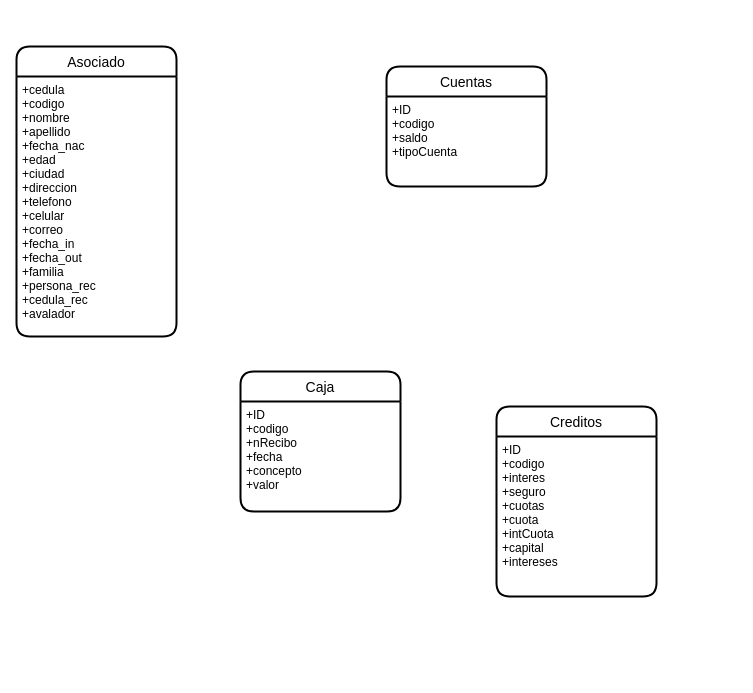
This is Untitled Diagram.drawio from alejos17/Fonfapres, a draw.io file, before an edit. Source tidied: cells renumbered, new cells numbered last; positions are measured from the earlier drawing's top-left corner, leaving out a move shared by most shapes. Both pictures are drawn from the tidied source at 100%, with x=0, y=0 at pixel (16, 46).
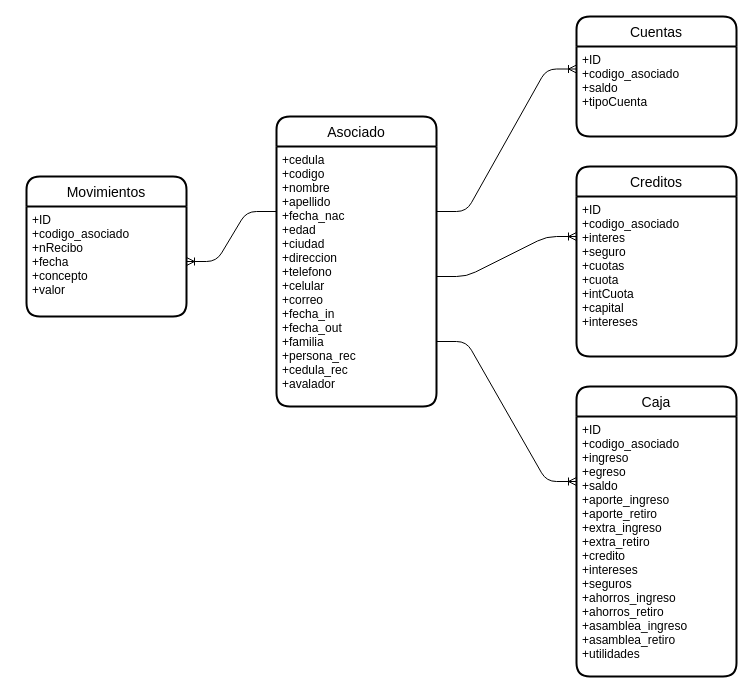
Above is the later version.

Diff of the diagram source:
```diff
@@
 <mxGraphModel>
   <root>
     <mxCell id="0" />
     <mxCell id="1" parent="0" />
     <mxCell id="2" value="Asociado" style="swimlane;horizontal=1;startSize=30;rounded=1;fontSize=14;fontStyle=0;strokeWidth=2;shadow=0;dashed=0;align=center;" parent="1" vertex="1">
-      <mxGeometry width="160" height="290" as="geometry" />
+      <mxGeometry x="260" y="70" width="160" height="290" as="geometry" />
     </mxCell>
     <mxCell id="3" value="+cedula&#10;+codigo&#10;+nombre&#10;+apellido&#10;+fecha_nac&#10;+edad&#10;+ciudad&#10;+direccion&#10;+telefono&#10;+celular&#10;+correo&#10;+fecha_in&#10;+fecha_out&#10;+familia&#10;+persona_rec&#10;+cedula_rec&#10;+avalador&#10;" style="align=left;strokeColor=none;fillColor=none;spacingLeft=4;fontSize=12;verticalAlign=top;" parent="2" vertex="1">
       <mxGeometry y="30" width="160" height="260" as="geometry" />
     </mxCell>
     <mxCell id="4" value="Cuentas" style="swimlane;horizontal=1;startSize=30;rounded=1;fontSize=14;fontStyle=0;strokeWidth=2;shadow=0;dashed=0;align=center;" parent="1" vertex="1">
-      <mxGeometry x="370" y="20" width="160" height="120" as="geometry" />
+      <mxGeometry x="560" y="-30" width="160" height="120" as="geometry" />
     </mxCell>
-    <mxCell id="5" value="+ID&#10;+codigo&#10;+saldo&#10;+tipoCuenta&#10;" style="align=left;strokeColor=none;fillColor=none;spacingLeft=4;fontSize=12;verticalAlign=top;" parent="4" vertex="1">
+    <mxCell id="5" value="+ID&#10;+codigo_asociado&#10;+saldo&#10;+tipoCuenta&#10;" style="align=left;strokeColor=none;fillColor=none;spacingLeft=4;fontSize=12;verticalAlign=top;" parent="4" vertex="1">
       <mxGeometry y="30" width="160" height="90" as="geometry" />
     </mxCell>
     <mxCell id="6" value="Creditos" style="swimlane;horizontal=1;startSize=30;rounded=1;fontSize=14;fontStyle=0;strokeWidth=2;shadow=0;dashed=0;align=center;" parent="1" vertex="1">
-      <mxGeometry x="480" y="360" width="160" height="190" as="geometry" />
+      <mxGeometry x="560" y="120" width="160" height="190" as="geometry" />
     </mxCell>
-    <mxCell id="7" value="+ID&#10;+codigo&#10;+interes&#10;+seguro&#10;+cuotas&#10;+cuota&#10;+intCuota&#10;+capital&#10;+intereses" style="align=left;strokeColor=none;fillColor=none;spacingLeft=4;fontSize=12;verticalAlign=top;" parent="6" vertex="1">
+    <mxCell id="7" value="+ID&#10;+codigo_asociado&#10;+interes&#10;+seguro&#10;+cuotas&#10;+cuota&#10;+intCuota&#10;+capital&#10;+intereses" style="align=left;strokeColor=none;fillColor=none;spacingLeft=4;fontSize=12;verticalAlign=top;" parent="6" vertex="1">
       <mxGeometry y="30" width="160" height="160" as="geometry" />
     </mxCell>
-    <mxCell id="8" value="Caja" style="swimlane;horizontal=1;startSize=30;rounded=1;fontSize=14;fontStyle=0;strokeWidth=2;shadow=0;dashed=0;align=center;" parent="1" vertex="1">
-      <mxGeometry x="224" y="325" width="160" height="140" as="geometry" />
+    <mxCell id="8" value="Movimientos" style="swimlane;horizontal=1;startSize=30;rounded=1;fontSize=14;fontStyle=0;strokeWidth=2;shadow=0;dashed=0;align=center;" parent="1" vertex="1">
+      <mxGeometry x="10" y="130" width="160" height="140" as="geometry" />
     </mxCell>
-    <mxCell id="9" value="+ID&#10;+codigo&#10;+nRecibo&#10;+fecha&#10;+concepto&#10;+valor" style="align=left;strokeColor=none;fillColor=none;spacingLeft=4;fontSize=12;verticalAlign=top;" parent="8" vertex="1">
+    <mxCell id="9" value="+ID&#10;+codigo_asociado&#10;+nRecibo&#10;+fecha&#10;+concepto&#10;+valor" style="align=left;strokeColor=none;fillColor=none;spacingLeft=4;fontSize=12;verticalAlign=top;" parent="8" vertex="1">
       <mxGeometry y="30" width="160" height="110" as="geometry" />
     </mxCell>
+    <mxCell id="10" style="edgeStyle=entityRelationEdgeStyle;fontSize=12;html=1;endArrow=ERoneToMany;exitX=1;exitY=0.25;exitDx=0;exitDy=0;entryX=0;entryY=0.25;entryDx=0;entryDy=0;" parent="1" edge="1" source="3" target="5">
+      <mxGeometry relative="1" as="geometry" />
+    </mxCell>
+    <mxCell id="11" style="edgeStyle=entityRelationEdgeStyle;fontSize=12;html=1;endArrow=ERoneToMany;exitX=1;exitY=0.5;exitDx=0;exitDy=0;entryX=0;entryY=0.25;entryDx=0;entryDy=0;" parent="1" edge="1" source="3" target="7">
+      <mxGeometry relative="1" as="geometry" />
+    </mxCell>
+    <mxCell id="12" value="Caja" style="swimlane;horizontal=1;startSize=30;rounded=1;fontSize=14;fontStyle=0;strokeWidth=2;shadow=0;dashed=0;align=center;" parent="1" vertex="1">
+      <mxGeometry x="560" y="340" width="160" height="290" as="geometry" />
+    </mxCell>
+    <mxCell id="13" value="+ID&#10;+codigo_asociado&#10;+ingreso&#10;+egreso&#10;+saldo&#10;+aporte_ingreso&#10;+aporte_retiro&#10;+extra_ingreso&#10;+extra_retiro&#10;+credito&#10;+intereses&#10;+seguros&#10;+ahorros_ingreso&#10;+ahorros_retiro&#10;+asamblea_ingreso&#10;+asamblea_retiro&#10;+utilidades&#10;" style="align=left;strokeColor=none;fillColor=none;spacingLeft=4;fontSize=12;verticalAlign=top;" parent="12" vertex="1">
+      <mxGeometry y="30" width="160" height="260" as="geometry" />
+    </mxCell>
+    <mxCell id="14" style="edgeStyle=entityRelationEdgeStyle;fontSize=12;html=1;endArrow=ERoneToMany;entryX=1;entryY=0.5;entryDx=0;entryDy=0;exitX=0;exitY=0.25;exitDx=0;exitDy=0;" parent="1" edge="1" source="3" target="9">
+      <mxGeometry relative="1" as="geometry" />
+    </mxCell>
+    <mxCell id="15" style="edgeStyle=entityRelationEdgeStyle;fontSize=12;html=1;endArrow=ERoneToMany;entryX=0;entryY=0.25;entryDx=0;entryDy=0;exitX=1;exitY=0.75;exitDx=0;exitDy=0;" parent="1" edge="1" source="3" target="13">
+      <mxGeometry relative="1" as="geometry" />
+    </mxCell>
   </root>
 </mxGraphModel>
```
